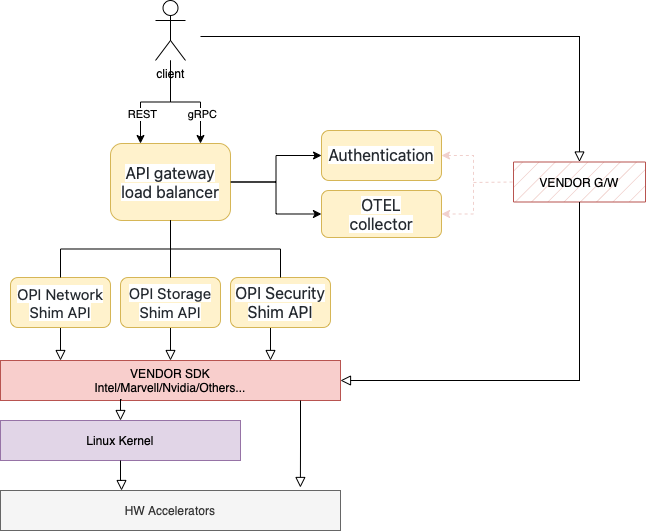
Above: doc/images/API-GW-Layers.png in tedstreete/opi-api (draw.io), before the change. Source tidied: cells renumbered, new cells last; positions are measured from the earlier drawing's top-left corner, leaving out a move shared by most shapes.
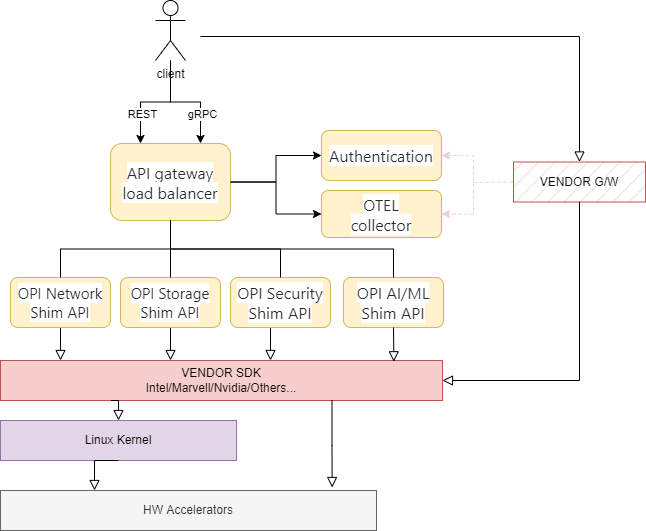
Above is the later version.

Commit message:
diagram: add AI/ML box

Change to the diagram source:
```diff
@@ -69,24 +69,22 @@
       <mxGeometry x="0.46" y="1" relative="1" as="geometry" />
     </mxCell>
     <mxCell id="21" value="VENDOR SDK&lt;br&gt;Intel/Marvell/Nvidia/Others..." style="rounded=0;whiteSpace=wrap;html=1;fillColor=#f8cecc;strokeColor=#b85450;" parent="1" vertex="1">
-      <mxGeometry y="360" width="340" height="40" as="geometry" />
+      <mxGeometry y="360" width="442" height="40" as="geometry" />
     </mxCell>
     <mxCell id="22" value="Linux Kernel" style="rounded=0;whiteSpace=wrap;html=1;fillColor=#e1d5e7;strokeColor=#9673a6;" parent="1" vertex="1">
-      <mxGeometry y="420" width="240" height="40" as="geometry" />
+      <mxGeometry y="420" width="236" height="40" as="geometry" />
     </mxCell>
-    <mxCell id="23" style="rounded=0;html=1;jettySize=auto;fontSize=11;endArrow=block;endFill=0;endSize=8;strokeWidth=1;shadow=0;labelBackgroundColor=none;edgeStyle=orthogonalEdgeStyle;startArrow=none;exitX=0.356;exitY=0.975;exitDx=0;exitDy=0;entryX=0.5;entryY=0;entryDx=0;entryDy=0;exitPerimeter=0;" parent="1" edge="1" source="21" target="22">
+    <mxCell id="23" style="rounded=0;html=1;jettySize=auto;fontSize=11;endArrow=block;endFill=0;endSize=8;strokeWidth=1;shadow=0;labelBackgroundColor=none;edgeStyle=orthogonalEdgeStyle;startArrow=none;exitX=0.25;exitY=1;exitDx=0;exitDy=0;entryX=0.5;entryY=0;entryDx=0;entryDy=0;" parent="1" edge="1" source="21" target="22">
       <mxGeometry relative="1" as="geometry" />
     </mxCell>
     <mxCell id="24" value="HW Accelerators" style="rounded=0;whiteSpace=wrap;html=1;fillColor=#f5f5f5;fontColor=#333333;strokeColor=#666666;" parent="1" vertex="1">
-      <mxGeometry y="490" width="340" height="40" as="geometry" />
+      <mxGeometry y="490" width="376" height="40" as="geometry" />
     </mxCell>
-    <mxCell id="25" style="rounded=0;html=1;jettySize=auto;fontSize=11;endArrow=block;endFill=0;endSize=8;strokeWidth=1;shadow=0;labelBackgroundColor=none;edgeStyle=orthogonalEdgeStyle;startArrow=none;entryX=0.356;entryY=0;entryDx=0;entryDy=0;entryPerimeter=0;" parent="1" edge="1" source="22" target="24">
+    <mxCell id="25" style="rounded=0;html=1;jettySize=auto;fontSize=11;endArrow=block;endFill=0;endSize=8;strokeWidth=1;shadow=0;labelBackgroundColor=none;edgeStyle=orthogonalEdgeStyle;startArrow=none;exitX=0.5;exitY=1;exitDx=0;exitDy=0;entryX=0.25;entryY=0;entryDx=0;entryDy=0;" parent="1" edge="1" source="22" target="24">
       <mxGeometry relative="1" as="geometry" />
     </mxCell>
-    <mxCell id="26" style="rounded=0;html=1;jettySize=auto;fontSize=11;endArrow=block;endFill=0;endSize=8;strokeWidth=1;shadow=0;labelBackgroundColor=none;edgeStyle=orthogonalEdgeStyle;startArrow=none;entryX=0.882;entryY=-0.075;entryDx=0;entryDy=0;entryPerimeter=0;" parent="1" edge="1" target="24">
-      <mxGeometry relative="1" as="geometry">
-        <mxPoint x="300" y="400" as="sourcePoint" />
-      </mxGeometry>
+    <mxCell id="26" style="rounded=0;html=1;jettySize=auto;fontSize=11;endArrow=block;endFill=0;endSize=8;strokeWidth=1;shadow=0;labelBackgroundColor=none;edgeStyle=orthogonalEdgeStyle;startArrow=none;entryX=0.882;entryY=-0.075;entryDx=0;entryDy=0;entryPerimeter=0;exitX=0.75;exitY=1;exitDx=0;exitDy=0;" parent="1" edge="1" source="21" target="24">
+      <mxGeometry relative="1" as="geometry" />
     </mxCell>
     <mxCell id="27" style="rounded=0;html=1;jettySize=auto;fontSize=11;endArrow=block;endFill=0;endSize=8;strokeWidth=1;shadow=0;labelBackgroundColor=none;edgeStyle=orthogonalEdgeStyle;startArrow=none;entryX=0.5;entryY=0;entryDx=0;entryDy=0;" parent="1" edge="1" target="28">
       <mxGeometry relative="1" as="geometry">
@@ -112,5 +110,14 @@
         <mxPoint x="473" y="182" as="sourcePoint" />
       </mxGeometry>
     </mxCell>
+    <mxCell id="32" value="&lt;span style=&quot;color: rgb(36, 41, 47); font-family: -apple-system, BlinkMacSystemFont, &amp;quot;Segoe UI&amp;quot;, Helvetica, Arial, sans-serif, &amp;quot;Apple Color Emoji&amp;quot;, &amp;quot;Segoe UI Emoji&amp;quot;; font-size: 16px; text-align: left; background-color: rgb(255, 255, 255);&quot;&gt;OPI AI/ML&lt;br&gt;&lt;/span&gt;&lt;span style=&quot;color: rgb(36, 41, 47); font-family: -apple-system, BlinkMacSystemFont, &amp;quot;Segoe UI&amp;quot;, Helvetica, Arial, sans-serif, &amp;quot;Apple Color Emoji&amp;quot;, &amp;quot;Segoe UI Emoji&amp;quot;; font-size: 16px; text-align: left; background-color: rgb(255, 255, 255);&quot;&gt;Shim API&lt;/span&gt;&lt;span style=&quot;color: rgb(36, 41, 47); font-family: -apple-system, BlinkMacSystemFont, &amp;quot;Segoe UI&amp;quot;, Helvetica, Arial, sans-serif, &amp;quot;Apple Color Emoji&amp;quot;, &amp;quot;Segoe UI Emoji&amp;quot;; font-size: 16px; text-align: left; background-color: rgb(255, 255, 255);&quot;&gt;&lt;br&gt;&lt;/span&gt;" style="rounded=1;whiteSpace=wrap;html=1;fontSize=12;glass=0;strokeWidth=1;shadow=0;fillColor=#fff2cc;strokeColor=#d6b656;" parent="1" vertex="1">
+      <mxGeometry x="343" y="277" width="100" height="50" as="geometry" />
+    </mxCell>
+    <mxCell id="33" style="rounded=0;html=1;jettySize=auto;fontSize=11;endArrow=block;endFill=0;endSize=8;strokeWidth=1;shadow=0;labelBackgroundColor=none;edgeStyle=orthogonalEdgeStyle;startArrow=none;exitX=0.5;exitY=1;exitDx=0;exitDy=0;entryX=0.89;entryY=0.032;entryDx=0;entryDy=0;entryPerimeter=0;" parent="1" edge="1" source="32" target="21">
+      <mxGeometry relative="1" as="geometry" />
+    </mxCell>
+    <mxCell id="34" style="rounded=0;html=1;jettySize=auto;fontSize=11;endArrow=none;endFill=0;endSize=8;strokeWidth=1;shadow=0;labelBackgroundColor=none;edgeStyle=orthogonalEdgeStyle;exitX=0.5;exitY=1;exitDx=0;exitDy=0;entryX=0.5;entryY=0;entryDx=0;entryDy=0;" parent="1" edge="1" source="4" target="32">
+      <mxGeometry relative="1" as="geometry" />
+    </mxCell>
   </root>
 </mxGraphModel>
```
